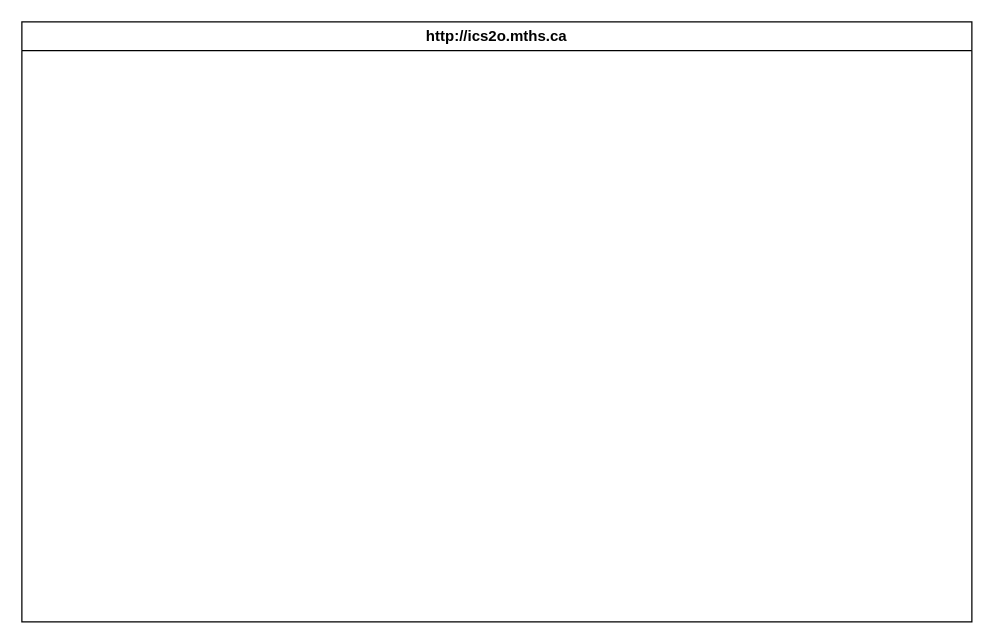
MTHS-ICS2O-2-2022/ICS2O-Unit-6-02-jakub-malhotra keeps this draw.io diagram as design/storyboard.drawio. Above is the earlier version. Source tidied: cells renumbered, new cells numbered last; positions are measured from the earlier drawing's top-left corner, leaving out a move shared by most shapes. Both pictures are drawn from the tidied source at 125%, with x=0, y=0 at pixel (21, 21).
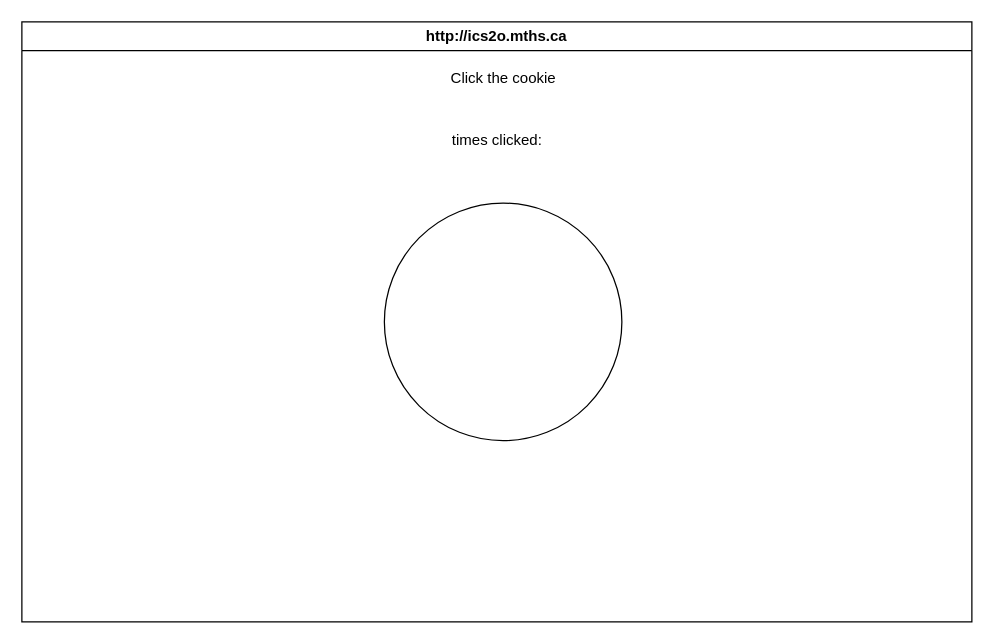
After the change.

Change to the diagram source:
```diff
@@
 <mxGraphModel>
   <root>
     <mxCell id="0" />
     <mxCell id="1" parent="0" />
     <mxCell id="2" value="http://ics2o.mths.ca" style="swimlane;whiteSpace=wrap;html=1;" parent="1" vertex="1">
       <mxGeometry width="760" height="480" as="geometry" />
     </mxCell>
+    <mxCell id="3" style="ellipse;whiteSpace=wrap;html=1;" parent="2" vertex="1">
+      <mxGeometry x="290" y="145" width="190" height="190" as="geometry" />
+    </mxCell>
+    <mxCell id="4" value="Click the cookie" style="text;html=1;align=center;verticalAlign=middle;strokeColor=none;fillColor=none;" parent="2" vertex="1">
+      <mxGeometry x="330" y="30" width="110" height="30" as="geometry" />
+    </mxCell>
+    <mxCell id="5" value="times clicked:" style="text;html=1;align=center;verticalAlign=middle;strokeColor=none;fillColor=none;" parent="2" vertex="1">
+      <mxGeometry x="330" y="80" width="100" height="30" as="geometry" />
+    </mxCell>
   </root>
 </mxGraphModel>
```
